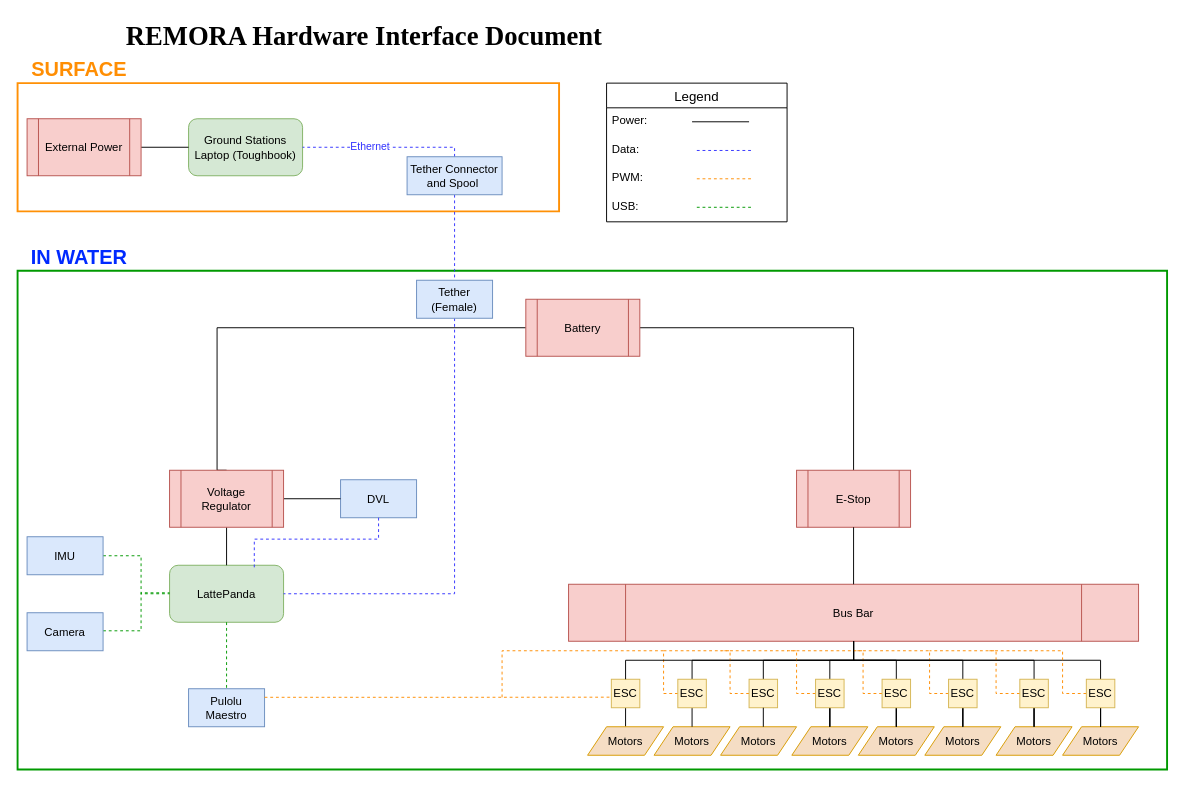
This is RemoraSID.drawio from sam4413/RobosubSIDs, a draw.io file, before an edit. Source tidied: cells renumbered, new cells numbered last; positions are measured from the earlier drawing's top-left corner, leaving out a move shared by most shapes. Both pictures are drawn from the tidied source at 95%, with x=0, y=0 at pixel (17, 16).
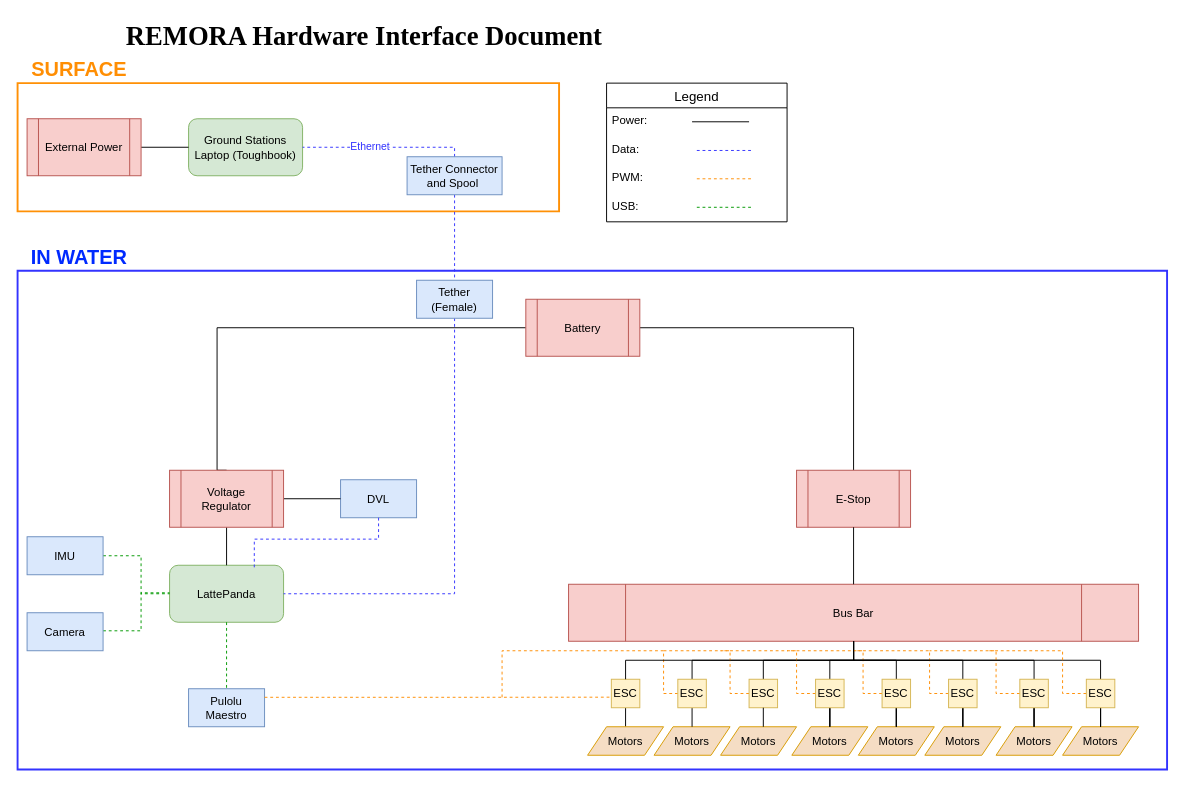
The same page after the edit.

Change to the diagram source:
```diff
@@
-    <mxCell id="2" style="verticalLabelPosition=bottom;verticalAlign=top;html=1;shape=mxgraph.basic.rect;fillColor2=none;strokeWidth=2;size=20;indent=5;fillColor=none;strokeColor=light-dark(#009900,#FFFFFF);" parent="1" vertex="1">
+    <mxCell id="2" style="verticalLabelPosition=bottom;verticalAlign=top;html=1;shape=mxgraph.basic.rect;fillColor2=none;strokeWidth=2;size=20;indent=5;fillColor=none;strokeColor=light-dark(#3333FF,#FFFFFF);" parent="1" vertex="1">
       <mxGeometry y="267.5" width="1210" height="525" as="geometry" />
     </mxCell>
```
